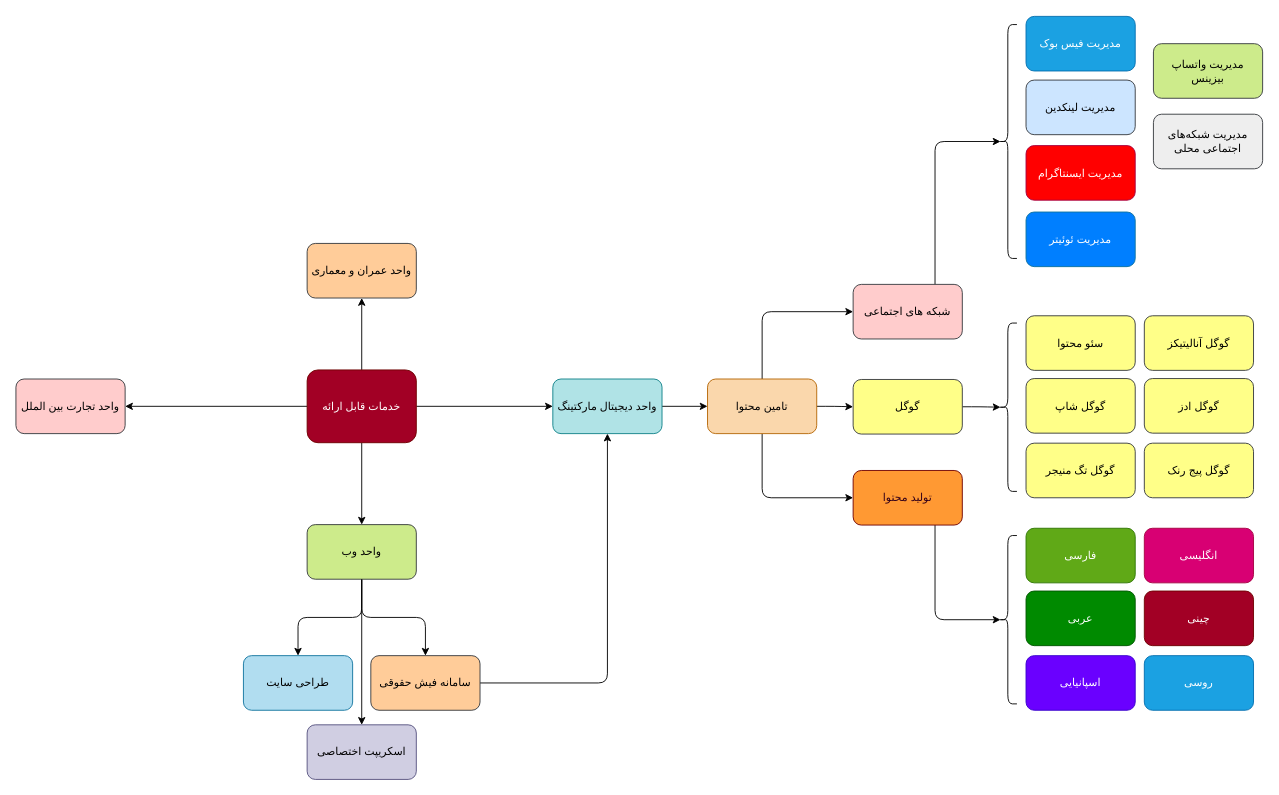
Above: Untitled Diagram.drawio in masoodvahid/flowcharts (draw.io), before the change. Source tidied: cells renumbered, new cells numbered last; positions are measured from the earlier drawing's top-left corner, leaving out a move shared by most shapes. Both pictures are drawn from the tidied source at 91%, with x=0, y=0 at pixel (15, 15).
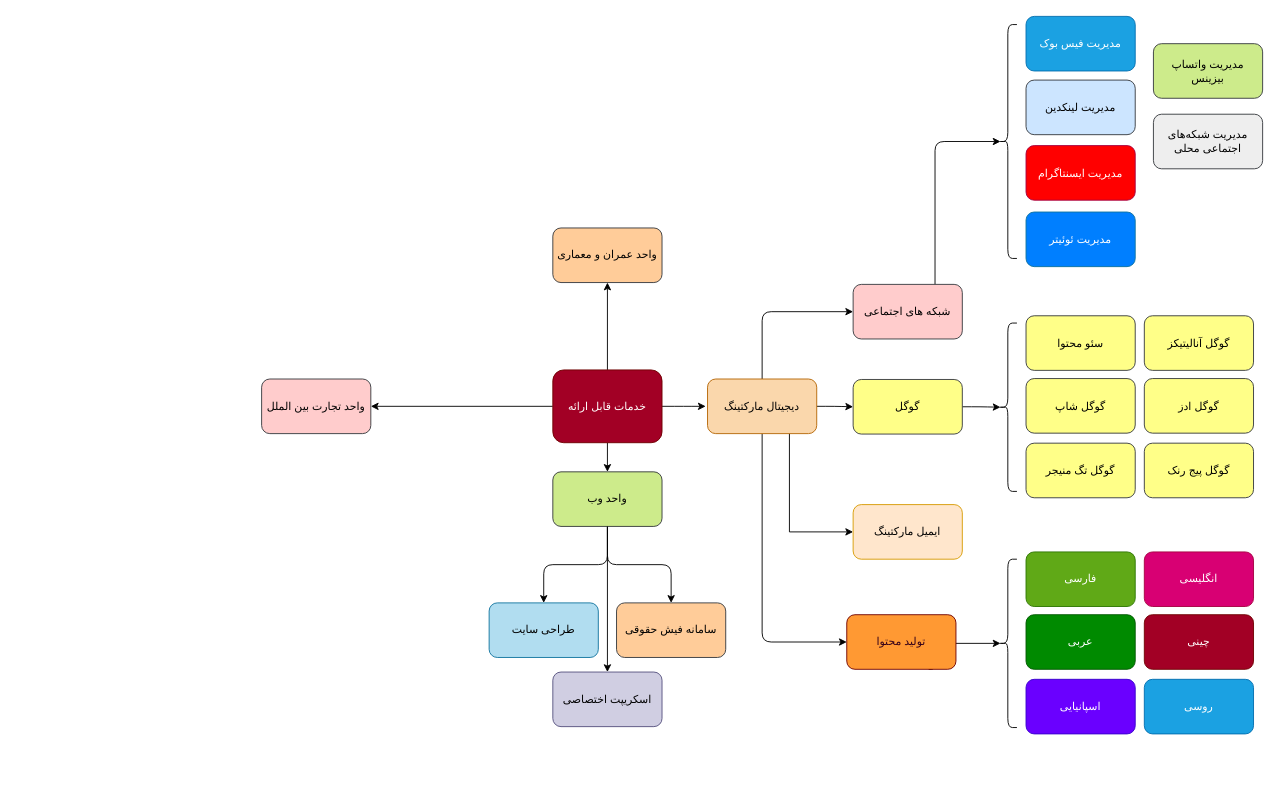
After the change.

The edit, as a diff of the source:
```diff
@@
-    <mxCell id="2" style="edgeStyle=orthogonalEdgeStyle;jettySize=auto;html=1;exitX=1;exitY=0.5;exitDx=0;exitDy=0;entryX=0;entryY=0.5;entryDx=0;entryDy=0;" parent="1" edge="1" source="6" target="13">
-      <mxGeometry relative="1" as="geometry" />
+    <mxCell id="2" style="edgeStyle=orthogonalEdgeStyle;jettySize=auto;html=1;exitX=1;exitY=0.5;exitDx=0;exitDy=0;entryX=0;entryY=0.5;entryDx=0;entryDy=0;" parent="1" edge="1" source="6">
+      <mxGeometry relative="1" as="geometry">
+        <mxPoint x="758" y="429" as="targetPoint" />
+      </mxGeometry>
     </mxCell>
@@
     <mxCell id="6" value="خدمات قابل ارائه" style="shape=ext;html=1;whiteSpace=wrap;fontFamily=Vazir;rounded=1;fillColor=#a20025;strokeColor=#6F0000;fontColor=#ffffff;" parent="1" vertex="1">
-      <mxGeometry x="320" y="389" width="120" height="80" as="geometry" />
+      <mxGeometry x="590" y="389" width="120" height="80" as="geometry" />
     </mxCell>
@@
     <mxCell id="9" value="واحد وب" style="whiteSpace=wrap;html=1;fontFamily=Vazir;rounded=1;fillColor=#cdeb8b;strokeColor=#36393d;" parent="1" vertex="1">
-      <mxGeometry x="320" y="559" width="120" height="60" as="geometry" />
+      <mxGeometry x="590" y="501" width="120" height="60" as="geometry" />
     </mxCell>
     <mxCell id="10" value="واحد تجارت بین الملل" style="whiteSpace=wrap;html=1;fontFamily=Vazir;rounded=1;fillColor=#ffcccc;strokeColor=#36393d;" parent="1" vertex="1">
-      <mxGeometry y="399" width="120" height="60" as="geometry" />
+      <mxGeometry x="270" y="399" width="120" height="60" as="geometry" />
     </mxCell>
@@
-    <mxCell id="12" style="edgeStyle=orthogonalEdgeStyle;jettySize=auto;html=1;" parent="1" edge="1" source="13" target="22">
-      <mxGeometry relative="1" as="geometry" />
-    </mxCell>
-    <mxCell id="13" value="واحد دیجیتال مارکتینگ" style="whiteSpace=wrap;html=1;fontFamily=Vazir;rounded=1;fillColor=#b0e3e6;strokeColor=#0e8088;" parent="1" vertex="1">
-      <mxGeometry x="590" y="399" width="120" height="60" as="geometry" />
-    </mxCell>
     <mxCell id="14" value="واحد عمران و معماری" style="whiteSpace=wrap;html=1;fontFamily=Vazir;rounded=1;fillColor=#ffcc99;strokeColor=#36393d;" parent="1" vertex="1">
-      <mxGeometry x="320" y="250" width="120" height="60" as="geometry" />
+      <mxGeometry x="590" y="233" width="120" height="60" as="geometry" />
     </mxCell>
     <mxCell id="15" value="طراحی سایت" style="whiteSpace=wrap;html=1;fontFamily=Vazir;rounded=1;fillColor=#b1ddf0;strokeColor=#10739e;" parent="1" vertex="1">
-      <mxGeometry x="250" y="703" width="120" height="60" as="geometry" />
+      <mxGeometry x="520" y="645" width="120" height="60" as="geometry" />
     </mxCell>
-    <mxCell id="16" style="edgeStyle=orthogonalEdgeStyle;jettySize=auto;html=1;exitX=1;exitY=0.5;exitDx=0;exitDy=0;entryX=0.5;entryY=1;entryDx=0;entryDy=0;" parent="1" edge="1" source="17" target="13">
-      <mxGeometry relative="1" as="geometry">
-        <Array as="points">
-          <mxPoint x="650" y="733" />
-        </Array>
-      </mxGeometry>
-    </mxCell>
     <mxCell id="17" value="سامانه فیش حقوقی" style="whiteSpace=wrap;html=1;fontFamily=Vazir;rounded=1;fillColor=#ffcc99;strokeColor=#36393d;" parent="1" vertex="1">
-      <mxGeometry x="390" y="703" width="120" height="60" as="geometry" />
+      <mxGeometry x="660" y="645" width="120" height="60" as="geometry" />
     </mxCell>
     <mxCell id="18" value="اسکریپت اختصاصی" style="whiteSpace=wrap;html=1;fontFamily=Vazir;rounded=1;fillColor=#d0cee2;strokeColor=#56517e;" parent="1" vertex="1">
-      <mxGeometry x="320" y="779" width="120" height="60" as="geometry" />
+      <mxGeometry x="590" y="721" width="120" height="60" as="geometry" />
     </mxCell>
@@
+    <mxCell id="50" style="edgeStyle=orthogonalEdgeStyle;rounded=0;jettySize=auto;html=1;exitX=0.75;exitY=1;exitDx=0;exitDy=0;entryX=0;entryY=0.5;entryDx=0;entryDy=0;" parent="1" edge="1" source="22" target="51">
+      <mxGeometry relative="1" as="geometry" />
+    </mxCell>
-    <mxCell id="22" value="تامین محتوا" style="whiteSpace=wrap;html=1;fontFamily=Vazir;rounded=1;fillColor=#fad7ac;strokeColor=#b46504;" parent="1" vertex="1">
+    <mxCell id="22" value="دیجیتال مارکتینگ" style="whiteSpace=wrap;html=1;fontFamily=Vazir;rounded=1;fillColor=#fad7ac;strokeColor=#b46504;" parent="1" vertex="1">
       <mxGeometry x="760" y="399" width="120" height="60" as="geometry" />
     </mxCell>
@@
     <mxCell id="39" style="edgeStyle=orthogonalEdgeStyle;curved=0;rounded=1;jettySize=auto;html=1;exitX=0.75;exitY=1;exitDx=0;exitDy=0;entryX=0.1;entryY=0.5;entryDx=0;entryDy=0;entryPerimeter=0;fontColor=#33001A;" parent="1" edge="1" source="40" target="49">
       <mxGeometry relative="1" as="geometry">
         <Array as="points">
-          <mxPoint x="1010" y="664" />
+          <mxPoint x="1010" y="690" />
         </Array>
       </mxGeometry>
     </mxCell>
     <mxCell id="40" value="تولید محتوا" style="whiteSpace=wrap;html=1;rounded=1;fontFamily=Vazir;strokeColor=#6F0000;fillColor=#FF9933;fontColor=#33001A;" parent="1" vertex="1">
-      <mxGeometry x="920" y="499.5" width="120" height="60" as="geometry" />
+      <mxGeometry x="913" y="658" width="120" height="60" as="geometry" />
     </mxCell>
@@
     <mxCell id="43" value="چینی" style="whiteSpace=wrap;html=1;fontFamily=Vazir;rounded=1;fillColor=#a20025;strokeColor=#6F0000;fontColor=#ffffff;" parent="1" vertex="1">
-      <mxGeometry x="1240" y="632" width="120" height="60" as="geometry" />
+      <mxGeometry x="1240" y="658" width="120" height="60" as="geometry" />
     </mxCell>
     <mxCell id="44" value="عربی" style="whiteSpace=wrap;html=1;fontFamily=Vazir;rounded=1;fillColor=#008a00;strokeColor=#005700;fontColor=#ffffff;" parent="1" vertex="1">
-      <mxGeometry x="1110" y="632" width="120" height="60" as="geometry" />
+      <mxGeometry x="1110" y="658" width="120" height="60" as="geometry" />
     </mxCell>
     <mxCell id="45" value="فارسی" style="whiteSpace=wrap;html=1;fontFamily=Vazir;rounded=1;fillColor=#60a917;strokeColor=#2D7600;fontColor=#ffffff;" parent="1" vertex="1">
-      <mxGeometry x="1110" y="563" width="120" height="60" as="geometry" />
+      <mxGeometry x="1110" y="589" width="120" height="60" as="geometry" />
     </mxCell>
     <mxCell id="46" value="روسی" style="whiteSpace=wrap;html=1;fontFamily=Vazir;rounded=1;fillColor=#1ba1e2;strokeColor=#006EAF;fontColor=#ffffff;" parent="1" vertex="1">
-      <mxGeometry x="1240" y="703" width="120" height="60" as="geometry" />
+      <mxGeometry x="1240" y="729" width="120" height="60" as="geometry" />
     </mxCell>
     <mxCell id="47" value="انگلیسی" style="whiteSpace=wrap;html=1;fontFamily=Vazir;rounded=1;fillColor=#d80073;strokeColor=#A50040;fontColor=#ffffff;" parent="1" vertex="1">
-      <mxGeometry x="1240" y="563" width="120" height="60" as="geometry" />
+      <mxGeometry x="1240" y="589" width="120" height="60" as="geometry" />
     </mxCell>
     <mxCell id="48" value="اسپانیایی" style="whiteSpace=wrap;html=1;fontFamily=Vazir;rounded=1;fillColor=#6a00ff;strokeColor=#3700CC;fontColor=#ffffff;" parent="1" vertex="1">
-      <mxGeometry x="1110" y="703" width="120" height="60" as="geometry" />
+      <mxGeometry x="1110" y="729" width="120" height="60" as="geometry" />
     </mxCell>
     <mxCell id="49" style="shape=curlyBracket;whiteSpace=wrap;html=1;rounded=1;" parent="1" vertex="1">
-      <mxGeometry x="1080" y="571" width="20" height="185" as="geometry" />
+      <mxGeometry x="1080" y="597" width="20" height="185" as="geometry" />
     </mxCell>
+    <mxCell id="51" value="ایمیل مارکتینگ" style="whiteSpace=wrap;html=1;rounded=1;fontFamily=Vazir;strokeColor=#d79b00;fillColor=#ffe6cc;" parent="1" vertex="1">
+      <mxGeometry x="920" y="537" width="120" height="60" as="geometry" />
+    </mxCell>
```
